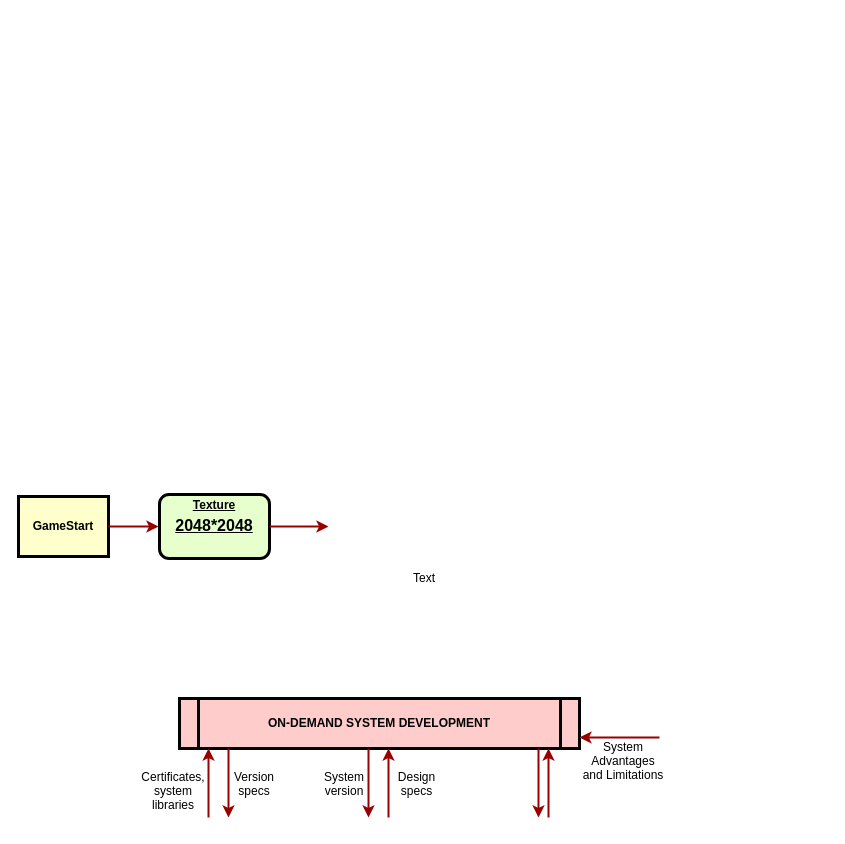
imzoer/imzoer.github.io keeps this draw.io diagram as Untitled Diagram.drawio. Above is the earlier version. Source tidied: cells renumbered, new cells numbered last; positions are measured from the earlier drawing's top-left corner, leaving out a move shared by most shapes. Both pictures are drawn from the tidied source at 100%, with x=0, y=0 at pixel (18, 494).
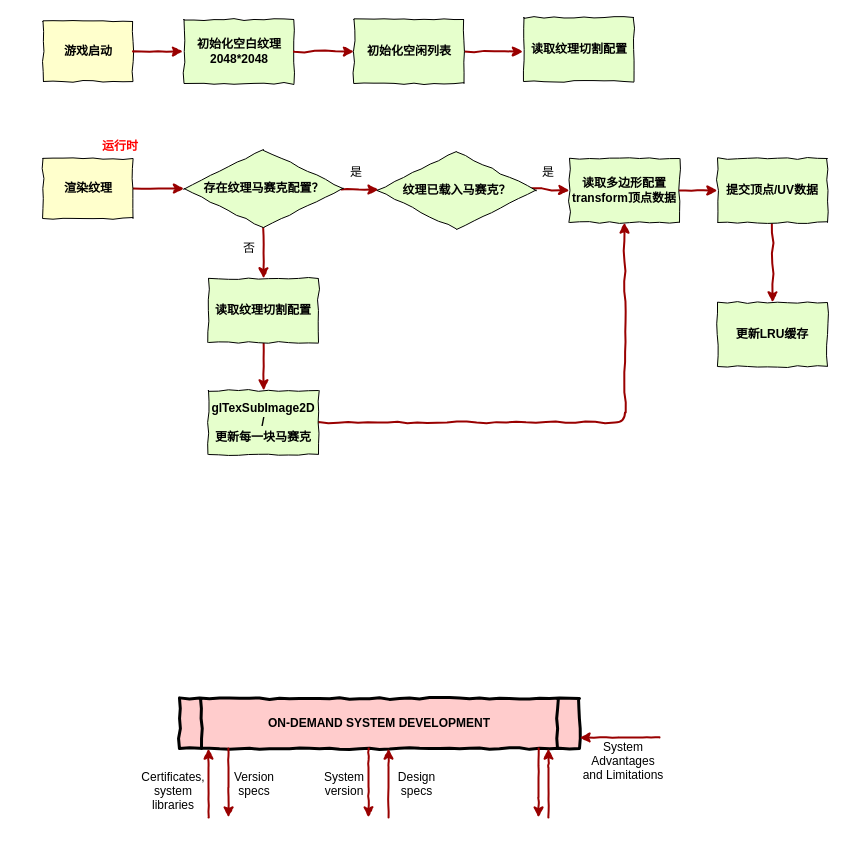
After the change.

What changed in the source:
```diff
@@
-    <mxCell id="2" value="&lt;p style=&quot;margin: 0px ; margin-top: 4px ; text-align: center ; text-decoration: underline&quot;&gt;Texture&lt;/p&gt;&lt;p style=&quot;margin: 0px ; margin-top: 4px ; text-align: center ; text-decoration: underline&quot;&gt;&lt;font style=&quot;font-size: 16px&quot;&gt;2048*2048&lt;/font&gt;&lt;/p&gt;" style="verticalAlign=middle;align=center;overflow=fill;fontSize=12;fontFamily=Helvetica;html=1;rounded=1;fontStyle=1;strokeWidth=3;fillColor=#E6FFCC;" parent="1" vertex="1">
-      <mxGeometry x="141" width="110" height="64" as="geometry" />
+    <mxCell id="2" value="初始化空白纹理&#10;2048*2048" style="rounded=0;shadow=0;comic=1;strokeColor=#000000;strokeWidth=1;fillColor=#ffffff;fontColor=#000000;fillColor=#E6FFCC;comic=1;fontStyle=1;whiteSpace=wrap;" parent="1" vertex="1">
+      <mxGeometry x="165.5" y="-475" width="110" height="64" as="geometry" />
     </mxCell>
-    <mxCell id="3" value="GameStart" style="whiteSpace=wrap;align=center;verticalAlign=middle;fontStyle=1;strokeWidth=3;fillColor=#FFFFCC;" parent="1" vertex="1">
-      <mxGeometry y="2" width="90" height="60" as="geometry" />
+    <mxCell id="3" value="游戏启动" style="whiteSpace=wrap;align=center;verticalAlign=middle;fontStyle=1;strokeWidth=1;fillColor=#FFFFCC;comic=1;" parent="1" vertex="1">
+      <mxGeometry x="24.5" y="-473" width="90" height="60" as="geometry" />
     </mxCell>
-    <mxCell id="4" value="ON-DEMAND SYSTEM DEVELOPMENT" style="shape=process;whiteSpace=wrap;align=center;verticalAlign=middle;size=0.0475;fontStyle=1;strokeWidth=3;fillColor=#FFCCCC;" parent="1" vertex="1">
+    <mxCell id="4" value="ON-DEMAND SYSTEM DEVELOPMENT" style="shape=process;whiteSpace=wrap;align=center;verticalAlign=middle;size=0.055;fontStyle=1;strokeWidth=3;fillColor=#FFCCCC;comic=1;" parent="1" vertex="1">
       <mxGeometry x="161" y="204" width="400" height="50" as="geometry" />
     </mxCell>
-    <mxCell id="5" style="edgeStyle=none;noEdgeStyle=1;strokeColor=#990000;strokeWidth=2;" parent="1" edge="1" source="3">
+    <mxCell id="5" style="edgeStyle=none;noEdgeStyle=1;strokeColor=#990000;strokeWidth=2;comic=1;" parent="1" edge="1" source="3">
       <mxGeometry relative="1" as="geometry">
-        <mxPoint x="140" y="32" as="targetPoint" />
+        <mxPoint x="164.5" y="-443" as="targetPoint" />
       </mxGeometry>
     </mxCell>
-    <mxCell id="6" style="edgeStyle=elbowEdgeStyle;elbow=vertical;strokeColor=#990000;strokeWidth=2;" parent="1" edge="1" target="4">
+    <mxCell id="6" style="edgeStyle=elbowEdgeStyle;elbow=vertical;strokeColor=#990000;strokeWidth=2;comic=1;" parent="1" edge="1" target="4">
       <mxGeometry relative="1" as="geometry">
         <mxPoint x="641" y="243" as="sourcePoint" />
         <Array as="points">
           <mxPoint x="610" y="243" />
         </Array>
       </mxGeometry>
     </mxCell>
-    <mxCell id="7" value="System &#10;Advantages &#10;and Limitations" style="text;spacingTop=-5;align=center;" parent="1" vertex="1">
+    <mxCell id="7" value="System &#10;Advantages &#10;and Limitations" style="text;spacingTop=-5;align=center;comic=1;" parent="1" vertex="1">
       <mxGeometry x="590" y="244" width="30" height="20" as="geometry" />
     </mxCell>
-    <mxCell id="8" style="edgeStyle=elbowEdgeStyle;elbow=horizontal;strokeColor=#990000;strokeWidth=2;" parent="1" edge="1" target="4">
+    <mxCell id="8" style="edgeStyle=elbowEdgeStyle;elbow=horizontal;strokeColor=#990000;strokeWidth=2;comic=1;" parent="1" edge="1" target="4">
       <mxGeometry relative="1" as="geometry">
         <mxPoint x="530" y="323" as="sourcePoint" />
         <Array as="points">
           <mxPoint x="530" y="283" />
         </Array>
       </mxGeometry>
     </mxCell>
-    <mxCell id="9" style="edgeStyle=elbowEdgeStyle;elbow=horizontal;strokeColor=#990000;strokeWidth=2;" parent="1" edge="1" source="4">
+    <mxCell id="9" style="edgeStyle=elbowEdgeStyle;elbow=horizontal;strokeColor=#990000;strokeWidth=2;comic=1;" parent="1" edge="1" source="4">
       <mxGeometry relative="1" as="geometry">
         <mxPoint x="520" y="323" as="targetPoint" />
         <Array as="points">
           <mxPoint x="520" y="293" />
         </Array>
       </mxGeometry>
     </mxCell>
-    <mxCell id="10" style="edgeStyle=elbowEdgeStyle;elbow=horizontal;strokeColor=#990000;strokeWidth=2;" parent="1" edge="1" source="4">
+    <mxCell id="10" style="edgeStyle=elbowEdgeStyle;elbow=horizontal;strokeColor=#990000;strokeWidth=2;comic=1;" parent="1" edge="1" source="4">
       <mxGeometry relative="1" as="geometry">
         <mxPoint x="350" y="323" as="targetPoint" />
         <Array as="points">
           <mxPoint x="350" y="283" />
         </Array>
       </mxGeometry>
     </mxCell>
-    <mxCell id="11" style="edgeStyle=elbowEdgeStyle;elbow=horizontal;strokeColor=#990000;strokeWidth=2;" parent="1" edge="1" target="4">
+    <mxCell id="11" style="edgeStyle=elbowEdgeStyle;elbow=horizontal;strokeColor=#990000;strokeWidth=2;comic=1;" parent="1" edge="1" target="4">
       <mxGeometry relative="1" as="geometry">
         <mxPoint x="370" y="323" as="sourcePoint" />
         <Array as="points">
           <mxPoint x="370" y="283" />
         </Array>
       </mxGeometry>
     </mxCell>
-    <mxCell id="12" value="Version&#10;specs" style="text;spacingTop=-5;align=center;" parent="1" vertex="1">
+    <mxCell id="12" value="Version&#10;specs" style="text;spacingTop=-5;align=center;comic=1;" parent="1" vertex="1">
       <mxGeometry x="221" y="274" width="30" height="20" as="geometry" />
     </mxCell>
-    <mxCell id="13" value="Certificates,&#10;system&#10;libraries" style="text;spacingTop=-5;align=center;" parent="1" vertex="1">
+    <mxCell id="13" value="Certificates,&#10;system&#10;libraries" style="text;spacingTop=-5;align=center;comic=1;" parent="1" vertex="1">
       <mxGeometry x="140" y="274" width="30" height="20" as="geometry" />
     </mxCell>
-    <mxCell id="14" style="edgeStyle=elbowEdgeStyle;elbow=horizontal;strokeColor=#990000;strokeWidth=2;" parent="1" edge="1" source="4">
+    <mxCell id="14" style="edgeStyle=elbowEdgeStyle;elbow=horizontal;strokeColor=#990000;strokeWidth=2;comic=1;" parent="1" edge="1" source="4">
       <mxGeometry relative="1" as="geometry">
         <mxPoint x="210" y="323" as="targetPoint" />
         <Array as="points">
           <mxPoint x="210" y="283" />
         </Array>
       </mxGeometry>
     </mxCell>
-    <mxCell id="15" style="edgeStyle=elbowEdgeStyle;elbow=horizontal;strokeColor=#990000;strokeWidth=2;" parent="1" edge="1" target="4">
+    <mxCell id="15" style="edgeStyle=elbowEdgeStyle;elbow=horizontal;strokeColor=#990000;strokeWidth=2;comic=1;" parent="1" edge="1" target="4">
       <mxGeometry relative="1" as="geometry">
         <mxPoint x="190" y="323" as="sourcePoint" />
         <Array as="points">
           <mxPoint x="190" y="283" />
         </Array>
       </mxGeometry>
     </mxCell>
-    <mxCell id="16" value="Design&#10;specs" style="text;spacingTop=-5;align=center;" parent="1" vertex="1">
+    <mxCell id="16" value="Design&#10;specs" style="text;spacingTop=-5;align=center;comic=1;" parent="1" vertex="1">
       <mxGeometry x="383.5" y="274" width="30" height="20" as="geometry" />
     </mxCell>
-    <mxCell id="17" value="System&#10;version" style="text;spacingTop=-5;align=center;" parent="1" vertex="1">
+    <mxCell id="17" value="System&#10;version" style="text;spacingTop=-5;align=center;comic=1;" parent="1" vertex="1">
       <mxGeometry x="311" y="274" width="30" height="20" as="geometry" />
     </mxCell>
-    <mxCell id="18" value="Text" style="text;html=1;align=left;verticalAlign=top;spacingTop=-4;" parent="1" vertex="1">
-      <mxGeometry x="393" y="74" width="40" height="20" as="geometry" />
-    </mxCell>
-    <mxCell id="19" style="edgeStyle=none;noEdgeStyle=1;strokeColor=#990000;strokeWidth=2;exitX=1;exitY=0.5;exitDx=0;exitDy=0;" parent="1" edge="1" source="2">
-      <mxGeometry relative="1" as="geometry">
-        <mxPoint x="310" y="32" as="targetPoint" />
-      </mxGeometry>
+    <mxCell id="19" style="edgeStyle=none;noEdgeStyle=1;strokeColor=#990000;strokeWidth=2;exitX=1;exitY=0.5;exitDx=0;exitDy=0;comic=1;" parent="1" edge="1" source="2" target="21">
+      <mxGeometry relative="1" as="geometry" />
     </mxCell>
+    <mxCell id="20" style="edgeStyle=none;jettySize=auto;html=1;exitX=1;exitY=0.5;exitDx=0;exitDy=0;strokeColor=#990000;strokeWidth=2;comic=1;" parent="1" edge="1" source="21">
+      <mxGeometry relative="1" as="geometry">
+        <mxPoint x="504.5" y="-443" as="targetPoint" />
+      </mxGeometry>
+    </mxCell>
+    <mxCell id="21" value="初始化空闲列表" style="rounded=0;whiteSpace=wrap;shadow=0;comic=1;strokeColor=#000000;strokeWidth=1;fillColor=#ffffff;fontColor=#000000;fillColor=#E6FFCC;comic=1;fontStyle=1;" parent="1" vertex="1">
+      <mxGeometry x="335.5" y="-475" width="110" height="64" as="geometry" />
+    </mxCell>
+    <mxCell id="22" value="读取纹理切割配置" style="rounded=0;whiteSpace=wrap;shadow=0;comic=1;strokeColor=#000000;strokeWidth=1;fillColor=#ffffff;fontColor=#000000;fillColor=#E6FFCC;comic=1;fontStyle=1;" parent="1" vertex="1">
+      <mxGeometry x="505.5" y="-477" width="110" height="64" as="geometry" />
+    </mxCell>
+    <mxCell id="23" style="edgeStyle=none;orthogonalLoop=1;jettySize=auto;html=1;entryX=0;entryY=0.5;entryDx=0;entryDy=0;strokeColor=#990000;strokeWidth=2;comic=1;" parent="1" edge="1" source="22" target="22">
+      <mxGeometry relative="1" as="geometry" />
+    </mxCell>
+    <mxCell id="24" style="edgeStyle=none;jettySize=auto;html=1;exitX=0.5;exitY=0;exitDx=0;exitDy=0;strokeColor=#990000;strokeWidth=2;entryX=0;entryY=0.5;entryDx=0;entryDy=0;comic=1;" parent="1" edge="1" target="33">
+      <mxGeometry relative="1" as="geometry">
+        <mxPoint x="456" y="-308" as="sourcePoint" />
+      </mxGeometry>
+    </mxCell>
+    <mxCell id="25" style="edgeStyle=none;jettySize=auto;html=1;strokeColor=#990000;strokeWidth=2;entryX=0.5;entryY=0;entryDx=0;entryDy=0;comic=1;" parent="1" edge="1" source="27" target="38">
+      <mxGeometry relative="1" as="geometry" />
+    </mxCell>
+    <mxCell id="26" style="edgeStyle=none;jettySize=auto;html=1;strokeColor=#990000;strokeWidth=2;comic=1;" parent="1" edge="1" source="27" target="28">
+      <mxGeometry relative="1" as="geometry" />
+    </mxCell>
+    <mxCell id="27" value="存在纹理马赛克配置？" style="rhombus;whiteSpace=wrap;html=1;rotation=0;direction=south;fillColor=#E6FFCC;shadow=0;comic=1;fontStyle=1;" parent="1" vertex="1">
+      <mxGeometry x="165.5" y="-345" width="159" height="78" as="geometry" />
+    </mxCell>
+    <mxCell id="28" value="纹理已载入马赛克？" style="rhombus;whiteSpace=wrap;html=1;rotation=0;direction=south;fillColor=#E6FFCC;shadow=0;comic=1;fontStyle=1;" parent="1" vertex="1">
+      <mxGeometry x="358.5" y="-343" width="159" height="78" as="geometry" />
+    </mxCell>
+    <mxCell id="29" style="edgeStyle=none;jettySize=auto;html=1;exitX=1;exitY=0.5;exitDx=0;exitDy=0;strokeColor=#990000;strokeWidth=2;entryX=0.5;entryY=1;entryDx=0;entryDy=0;comic=1;" parent="1" edge="1" source="30" target="27">
+      <mxGeometry relative="1" as="geometry" />
+    </mxCell>
+    <mxCell id="30" value="渲染纹理" style="whiteSpace=wrap;align=center;verticalAlign=middle;fontStyle=1;strokeWidth=1;fillColor=#FFFFCC;comic=1;" parent="1" vertex="1">
+      <mxGeometry x="24.5" y="-336" width="90" height="60" as="geometry" />
+    </mxCell>
+    <mxCell id="31" value="运行时" style="text;html=1;comic=1;fontStyle=1;fontColor=#FF0000;" parent="1" vertex="1">
+      <mxGeometry x="81.5" y="-362" width="60" height="30" as="geometry" />
+    </mxCell>
+    <mxCell id="32" style="edgeStyle=none;jettySize=auto;html=1;strokeColor=#990000;strokeWidth=2;comic=1;" parent="1" edge="1" source="33" target="35">
+      <mxGeometry relative="1" as="geometry" />
+    </mxCell>
+    <mxCell id="33" value="读取多边形配置&lt;br&gt;transform顶点数据" style="rounded=0;whiteSpace=wrap;html=1;shadow=0;comic=1;strokeColor=#000000;strokeWidth=1;fillColor=#ffffff;fontColor=#000000;fillColor=#E6FFCC;comic=1;fontStyle=1;" parent="1" vertex="1">
+      <mxGeometry x="551" y="-336" width="110" height="64" as="geometry" />
+    </mxCell>
+    <mxCell id="34" style="edgeStyle=none;jettySize=auto;html=1;strokeColor=#990000;strokeWidth=2;comic=1;" parent="1" edge="1" source="35" target="36">
+      <mxGeometry relative="1" as="geometry" />
+    </mxCell>
+    <mxCell id="35" value="提交顶点/UV数据" style="rounded=0;whiteSpace=wrap;html=1;shadow=0;comic=1;strokeColor=#000000;strokeWidth=1;fillColor=#ffffff;fontColor=#000000;fillColor=#E6FFCC;comic=1;fontStyle=1;" parent="1" vertex="1">
+      <mxGeometry x="699" y="-336" width="110" height="64" as="geometry" />
+    </mxCell>
+    <mxCell id="36" value="更新LRU缓存" style="rounded=0;whiteSpace=wrap;html=1;shadow=0;comic=1;strokeColor=#000000;strokeWidth=1;fillColor=#ffffff;fontColor=#000000;fillColor=#E6FFCC;comic=1;fontStyle=1;" parent="1" vertex="1">
+      <mxGeometry x="699" y="-192" width="110" height="64" as="geometry" />
+    </mxCell>
+    <mxCell id="37" style="edgeStyle=none;jettySize=auto;html=1;exitX=0.5;exitY=1;exitDx=0;exitDy=0;strokeColor=#990000;strokeWidth=2;entryX=0.5;entryY=0;entryDx=0;entryDy=0;comic=1;" parent="1" edge="1" source="38" target="40">
+      <mxGeometry relative="1" as="geometry" />
+    </mxCell>
+    <mxCell id="38" value="读取纹理切割配置" style="rounded=0;whiteSpace=wrap;html=1;shadow=0;comic=1;strokeColor=#000000;strokeWidth=1;fillColor=#ffffff;fontColor=#000000;fillColor=#E6FFCC;comic=1;fontStyle=1;" parent="1" vertex="1">
+      <mxGeometry x="190" y="-216" width="110" height="64" as="geometry" />
+    </mxCell>
+    <mxCell id="39" style="edgeStyle=none;jettySize=auto;html=1;strokeColor=#990000;strokeWidth=2;entryX=0.5;entryY=1;entryDx=0;entryDy=0;comic=1;" parent="1" edge="1" source="40" target="33">
+      <mxGeometry relative="1" as="geometry">
+        <Array as="points">
+          <mxPoint x="606.5" y="-72" />
+        </Array>
+      </mxGeometry>
+    </mxCell>
+    <mxCell id="40" value="glTexSubImage2D&lt;br&gt;/&lt;br&gt;更新每一块马赛克" style="rounded=0;whiteSpace=wrap;html=1;shadow=0;comic=1;strokeColor=#000000;strokeWidth=1;fillColor=#ffffff;fontColor=#000000;fillColor=#E6FFCC;comic=1;fontStyle=1;" parent="1" vertex="1">
+      <mxGeometry x="190" y="-104" width="110" height="64" as="geometry" />
+    </mxCell>
+    <mxCell id="41" value="是" style="text;html=1;strokeColor=none;fillColor=none;align=center;verticalAlign=middle;whiteSpace=wrap;rounded=0;shadow=0;comic=1;fontColor=#000000;" parent="1" vertex="1">
+      <mxGeometry x="509.5" y="-332" width="40" height="20" as="geometry" />
+    </mxCell>
+    <mxCell id="42" value="否" style="text;html=1;strokeColor=none;fillColor=none;align=center;verticalAlign=middle;whiteSpace=wrap;rounded=0;shadow=0;comic=1;fontColor=#000000;" parent="1" vertex="1">
+      <mxGeometry x="211" y="-256" width="40" height="20" as="geometry" />
+    </mxCell>
+    <mxCell id="43" value="是" style="text;html=1;strokeColor=none;fillColor=none;align=center;verticalAlign=middle;whiteSpace=wrap;rounded=0;shadow=0;comic=1;fontColor=#000000;" parent="1" vertex="1">
+      <mxGeometry x="318" y="-332" width="40" height="20" as="geometry" />
+    </mxCell>
```
